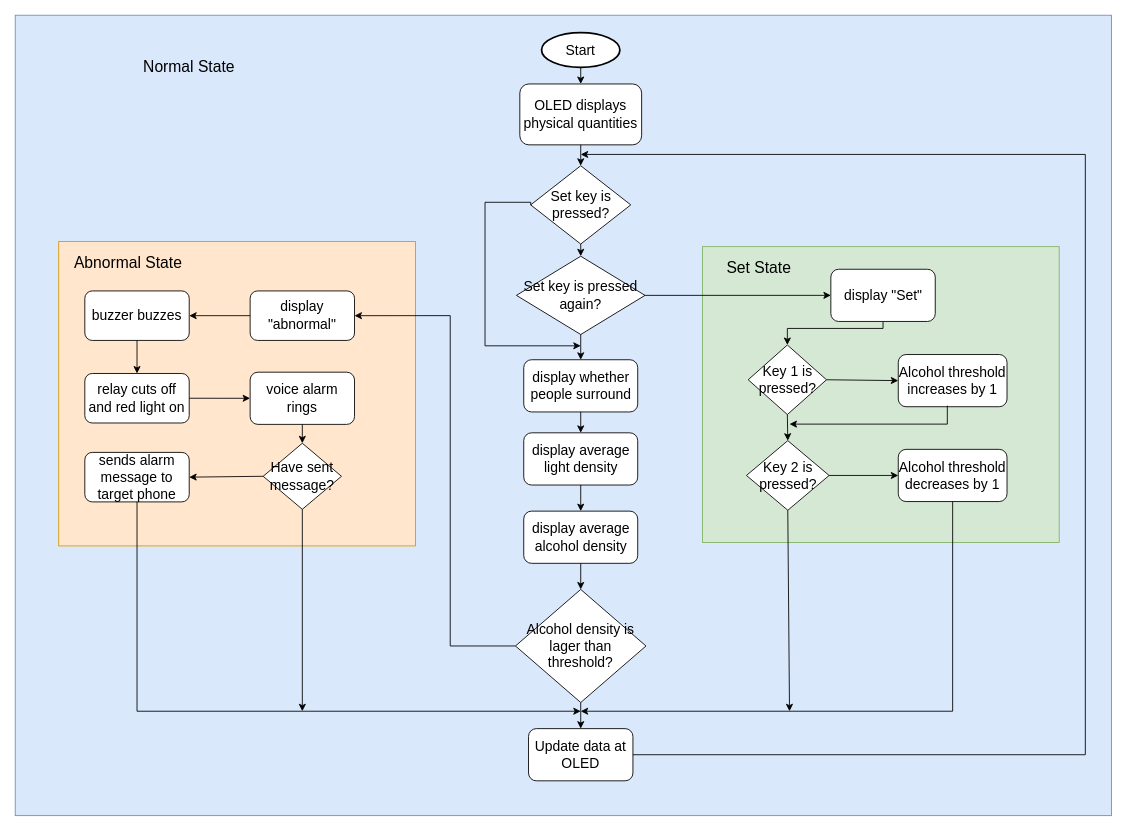
Above: MEC202_Alcohol_Detector_flowchart.drawio in 1102131860/MEC202 (draw.io), before the change. Source tidied: cells renumbered, new cells numbered last; positions are measured from the earlier drawing's top-left corner, leaving out a move shared by most shapes. Both pictures are drawn from the tidied source at 87%, with x=0, y=0 at pixel (15, 15).
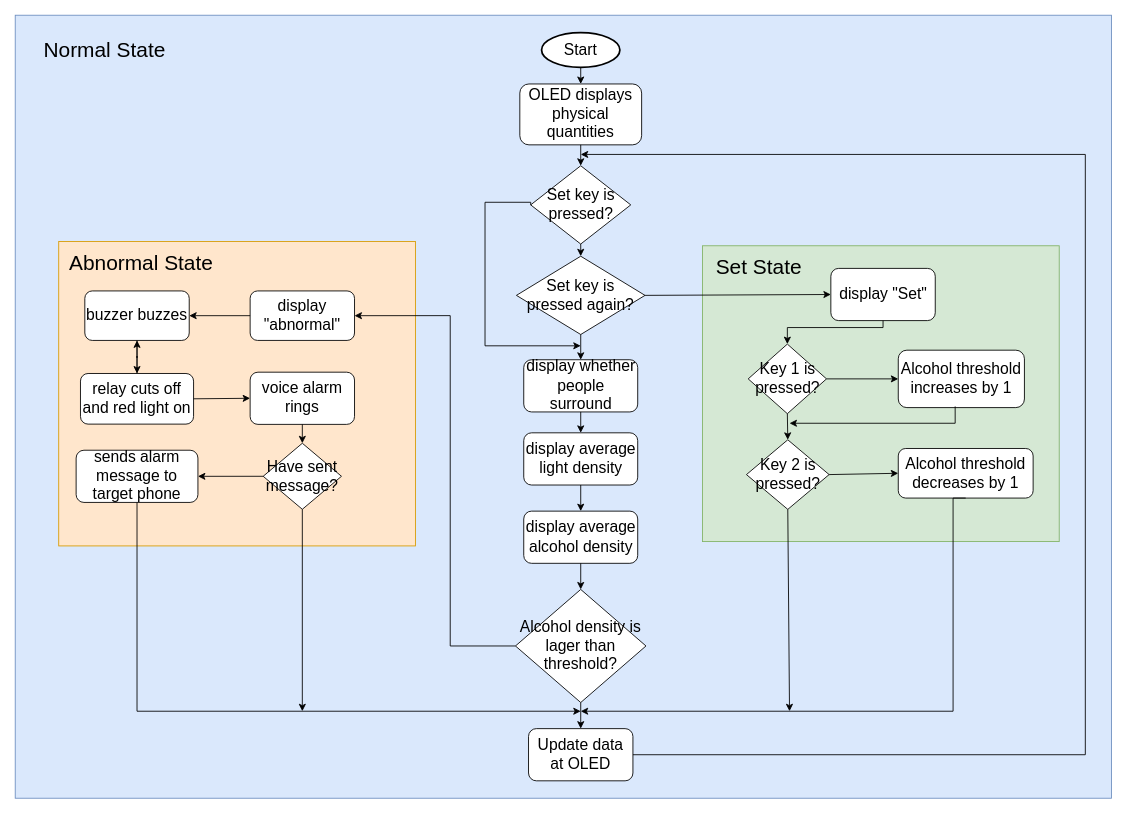
Above is the later version.

Change to the diagram source:
```diff
@@
     <mxCell id="2" style="rounded=0;whiteSpace=wrap;html=1;fillColor=#dae8fc;strokeColor=#6c8ebf;fontSize=16;" parent="1" vertex="1">
-      <mxGeometry width="1260" height="920" as="geometry" />
+      <mxGeometry width="1260" height="900" as="geometry" />
     </mxCell>
-    <mxCell id="3" style="group;fillColor=#ffe6cc;strokeColor=#d79b00;fontSize=16;" parent="1" vertex="1">
+    <mxCell id="3" style="group;fillColor=#ffe6cc;strokeColor=#d79b00;fontSize=20;html=1;" parent="1" vertex="1">
       <mxGeometry x="50" y="260" width="410" height="350" as="geometry" />
     </mxCell>
-    <mxCell id="4" value="&lt;font style=&quot;font-size: 18px;&quot;&gt;Abnormal State&lt;/font&gt;" style="text;html=1;strokeColor=none;fillColor=none;align=center;verticalAlign=middle;whiteSpace=wrap;rounded=0;fontSize=16;" parent="3" vertex="1">
-      <mxGeometry x="10" y="9.5" width="140" height="30.5" as="geometry" />
+    <mxCell id="4" value="&lt;font style=&quot;font-size: 24px;&quot;&gt;Abnormal State&lt;/font&gt;" style="text;html=1;strokeColor=none;fillColor=none;align=center;verticalAlign=middle;whiteSpace=wrap;rounded=0;fontSize=24;" parent="3" vertex="1">
+      <mxGeometry x="10" y="9.5" width="170" height="30.5" as="geometry" />
     </mxCell>
-    <mxCell id="5" value="display &quot;abnormal&quot;" style="rounded=1;whiteSpace=wrap;html=1;fontSize=16;" parent="3" vertex="1">
+    <mxCell id="5" value="display &quot;abnormal&quot;" style="rounded=1;whiteSpace=wrap;html=1;fontSize=18;" parent="3" vertex="1">
       <mxGeometry x="220" y="56.9" width="120" height="56.9" as="geometry" />
     </mxCell>
-    <mxCell id="6" value="buzzer buzzes" style="rounded=1;whiteSpace=wrap;html=1;fontSize=16;" parent="3" vertex="1">
+    <mxCell id="6" value="buzzer buzzes" style="rounded=1;whiteSpace=wrap;html=1;fontSize=18;" parent="3" vertex="1">
       <mxGeometry x="30" y="56.9" width="120" height="56.9" as="geometry" />
     </mxCell>
+    <mxCell id="55" style="edgeStyle=orthogonalEdgeStyle;rounded=0;jettySize=auto;html=1;" parent="3" edge="1" source="7" target="6">
+      <mxGeometry relative="1" as="geometry" />
+    </mxCell>
-    <mxCell id="7" value="relay cuts off and red light on" style="rounded=1;whiteSpace=wrap;html=1;fontSize=16;" parent="3" vertex="1">
-      <mxGeometry x="30" y="151.8" width="120" height="56.9" as="geometry" />
+    <mxCell id="7" value="relay cuts off and red light on" style="rounded=1;whiteSpace=wrap;html=1;fontSize=18;" parent="3" vertex="1">
+      <mxGeometry x="25" y="151.8" width="130" height="58.2" as="geometry" />
     </mxCell>
-    <mxCell id="8" value="sends alarm message to target phone" style="rounded=1;whiteSpace=wrap;html=1;fontSize=16;" parent="3" vertex="1">
-      <mxGeometry x="30" y="242.5" width="120" height="56.9" as="geometry" />
+    <mxCell id="8" value="&lt;font style=&quot;font-size: 18px;&quot;&gt;sends alarm message to target phone&lt;/font&gt;" style="rounded=1;whiteSpace=wrap;html=1;fontSize=16;" parent="3" vertex="1">
+      <mxGeometry x="20" y="240" width="140" height="60" as="geometry" />
     </mxCell>
-    <mxCell id="9" value="Have sent message?" style="rhombus;whiteSpace=wrap;html=1;fontSize=16;" parent="3" vertex="1">
+    <mxCell id="9" value="&lt;font style=&quot;font-size: 18px;&quot;&gt;Have sent message?&lt;/font&gt;" style="rhombus;whiteSpace=wrap;html=1;fontSize=16;" parent="3" vertex="1">
       <mxGeometry x="235" y="232" width="90" height="75.9" as="geometry" />
     </mxCell>
-    <mxCell id="10" value="voice alarm rings" style="rounded=1;whiteSpace=wrap;html=1;fontSize=16;" parent="3" vertex="1">
+    <mxCell id="10" value="&lt;font style=&quot;font-size: 18px;&quot;&gt;voice alarm rings&lt;/font&gt;" style="rounded=1;whiteSpace=wrap;html=1;fontSize=16;" parent="3" vertex="1">
       <mxGeometry x="220" y="150.3" width="120" height="60" as="geometry" />
     </mxCell>
@@
-    <mxCell id="16" value="&lt;font style=&quot;font-size: 18px;&quot;&gt;Normal State&lt;/font&gt;" style="text;html=1;strokeColor=none;fillColor=none;align=center;verticalAlign=middle;whiteSpace=wrap;rounded=0;fontSize=16;" parent="1" vertex="1">
-      <mxGeometry x="140" y="40" width="120" height="40" as="geometry" />
+    <mxCell id="16" value="&lt;font style=&quot;font-size: 24px;&quot;&gt;Normal State&lt;/font&gt;" style="text;html=1;strokeColor=none;fillColor=none;align=center;verticalAlign=middle;whiteSpace=wrap;rounded=0;fontSize=24;" parent="1" vertex="1">
+      <mxGeometry x="30" y="15" width="146" height="50" as="geometry" />
     </mxCell>
-    <mxCell id="17" value="Start" style="strokeWidth=2;html=1;shape=mxgraph.flowchart.start_1;whiteSpace=wrap;fontSize=16;" parent="1" vertex="1">
+    <mxCell id="17" value="Start" style="strokeWidth=2;html=1;shape=mxgraph.flowchart.start_1;whiteSpace=wrap;fontSize=18;" parent="1" vertex="1">
       <mxGeometry x="605" y="20" width="90" height="40" as="geometry" />
     </mxCell>
-    <mxCell id="18" value="Set key is pressed?" style="rhombus;whiteSpace=wrap;html=1;fontSize=16;" parent="1" vertex="1">
+    <mxCell id="18" value="Set key is pressed?" style="rhombus;whiteSpace=wrap;html=1;fontSize=18;" parent="1" vertex="1">
       <mxGeometry x="592.5" y="173" width="115" height="90" as="geometry" />
     </mxCell>
-    <mxCell id="19" value="OLED displays physical quantities" style="rounded=1;whiteSpace=wrap;html=1;fontSize=16;" parent="1" vertex="1">
+    <mxCell id="19" value="OLED displays physical quantities" style="rounded=1;whiteSpace=wrap;html=1;fontSize=18;" parent="1" vertex="1">
       <mxGeometry x="580" y="79" width="140" height="70" as="geometry" />
     </mxCell>
-    <mxCell id="20" style="group;fontSize=16;" parent="1" vertex="1">
-      <mxGeometry x="790" y="266" width="410" height="340" as="geometry" />
+    <mxCell id="20" style="group;fontSize=16;html=1;" parent="1" vertex="1">
+      <mxGeometry x="790" y="265" width="410" height="340" as="geometry" />
     </mxCell>
@@
-    <mxCell id="22" value="&lt;font style=&quot;font-size: 18px;&quot;&gt;Set State&lt;/font&gt;" style="text;html=1;strokeColor=none;fillColor=none;align=center;verticalAlign=middle;whiteSpace=wrap;rounded=0;fontSize=16;" parent="20" vertex="1">
+    <mxCell id="22" value="&lt;font style=&quot;font-size: 24px;&quot;&gt;Set State&lt;/font&gt;" style="text;html=1;strokeColor=none;fillColor=none;align=center;verticalAlign=middle;whiteSpace=wrap;rounded=0;fontSize=16;" parent="20" vertex="1">
       <mxGeometry x="10" y="10" width="110" height="30" as="geometry" />
     </mxCell>
-    <mxCell id="23" value="display &quot;Set&quot;" style="rounded=1;whiteSpace=wrap;html=1;fontSize=16;" parent="20" vertex="1">
+    <mxCell id="23" value="&lt;font style=&quot;font-size: 18px;&quot;&gt;display &quot;Set&quot;&lt;/font&gt;" style="rounded=1;whiteSpace=wrap;html=1;fontSize=16;" parent="20" vertex="1">
       <mxGeometry x="147.5" y="26" width="120" height="60" as="geometry" />
     </mxCell>
-    <mxCell id="24" value="Key 1 is pressed?" style="rhombus;whiteSpace=wrap;html=1;fontSize=16;" parent="20" vertex="1">
+    <mxCell id="24" value="&lt;font style=&quot;font-size: 18px;&quot;&gt;Key 1 is pressed?&lt;/font&gt;" style="rhombus;whiteSpace=wrap;html=1;fontSize=16;" parent="20" vertex="1">
       <mxGeometry x="52.5" y="113" width="90" height="80" as="geometry" />
     </mxCell>
-    <mxCell id="25" value="Alcohol threshold increases by 1" style="rounded=1;whiteSpace=wrap;html=1;fontSize=16;" parent="20" vertex="1">
-      <mxGeometry x="225" y="124" width="125" height="60" as="geometry" />
+    <mxCell id="25" value="&lt;font style=&quot;font-size: 18px;&quot;&gt;Alcohol threshold increases by 1&lt;/font&gt;" style="rounded=1;whiteSpace=wrap;html=1;fontSize=16;" parent="20" vertex="1">
+      <mxGeometry x="225" y="120" width="145" height="66" as="geometry" />
     </mxCell>
-    <mxCell id="26" value="Key 2 is pressed?" style="rhombus;whiteSpace=wrap;html=1;fontSize=16;" parent="20" vertex="1">
+    <mxCell id="26" value="&lt;font style=&quot;font-size: 18px;&quot;&gt;Key 2 is pressed?&lt;/font&gt;" style="rhombus;whiteSpace=wrap;html=1;fontSize=16;" parent="20" vertex="1">
       <mxGeometry x="50.5" y="223" width="95" height="80" as="geometry" />
     </mxCell>
-    <mxCell id="27" value="Alcohol threshold decreases by 1" style="rounded=1;whiteSpace=wrap;html=1;fontSize=16;" parent="20" vertex="1">
-      <mxGeometry x="225" y="233" width="125" height="60" as="geometry" />
+    <mxCell id="27" value="&lt;font style=&quot;font-size: 18px;&quot;&gt;Alcohol threshold decreases by 1&lt;/font&gt;" style="rounded=1;whiteSpace=wrap;html=1;fontSize=16;" parent="20" vertex="1">
+      <mxGeometry x="225" y="233" width="155" height="57" as="geometry" />
     </mxCell>
@@
-    <mxCell id="33" value="display whether people surround" style="rounded=1;whiteSpace=wrap;html=1;fontSize=16;" parent="1" vertex="1">
+    <mxCell id="33" value="display whether people surround" style="rounded=1;whiteSpace=wrap;html=1;fontSize=18;" parent="1" vertex="1">
       <mxGeometry x="584.5" y="396" width="131" height="60" as="geometry" />
     </mxCell>
-    <mxCell id="34" value="display average light density" style="rounded=1;whiteSpace=wrap;html=1;fontSize=16;" parent="1" vertex="1">
+    <mxCell id="34" value="display average light density" style="rounded=1;whiteSpace=wrap;html=1;fontSize=18;" parent="1" vertex="1">
       <mxGeometry x="584.5" y="480" width="131" height="60" as="geometry" />
     </mxCell>
-    <mxCell id="35" value="display average alcohol density" style="rounded=1;whiteSpace=wrap;html=1;fontSize=16;" parent="1" vertex="1">
+    <mxCell id="35" value="display average alcohol density" style="rounded=1;whiteSpace=wrap;html=1;fontSize=18;" parent="1" vertex="1">
       <mxGeometry x="584.5" y="570" width="131" height="60" as="geometry" />
     </mxCell>
-    <mxCell id="36" value="Alcohol density is lager than threshold?" style="rhombus;whiteSpace=wrap;html=1;fontSize=16;" parent="1" vertex="1">
+    <mxCell id="36" value="Alcohol density is lager than threshold?" style="rhombus;whiteSpace=wrap;html=1;fontSize=18;" parent="1" vertex="1">
       <mxGeometry x="575" y="660" width="150" height="130" as="geometry" />
     </mxCell>
-    <mxCell id="37" value="Set key is pressed again?" style="rhombus;whiteSpace=wrap;html=1;fontSize=16;" parent="1" vertex="1">
+    <mxCell id="37" value="Set key is pressed again?" style="rhombus;whiteSpace=wrap;html=1;fontSize=18;" parent="1" vertex="1">
       <mxGeometry x="576.1" y="277" width="147.8" height="90" as="geometry" />
     </mxCell>
-    <mxCell id="38" value="Update data at OLED" style="rounded=1;whiteSpace=wrap;html=1;fontSize=16;" parent="1" vertex="1">
+    <mxCell id="38" value="&lt;font style=&quot;font-size: 18px;&quot;&gt;Update data at OLED&lt;/font&gt;" style="rounded=1;whiteSpace=wrap;html=1;fontSize=16;" parent="1" vertex="1">
       <mxGeometry x="590" y="820" width="120" height="60" as="geometry" />
     </mxCell>
```
